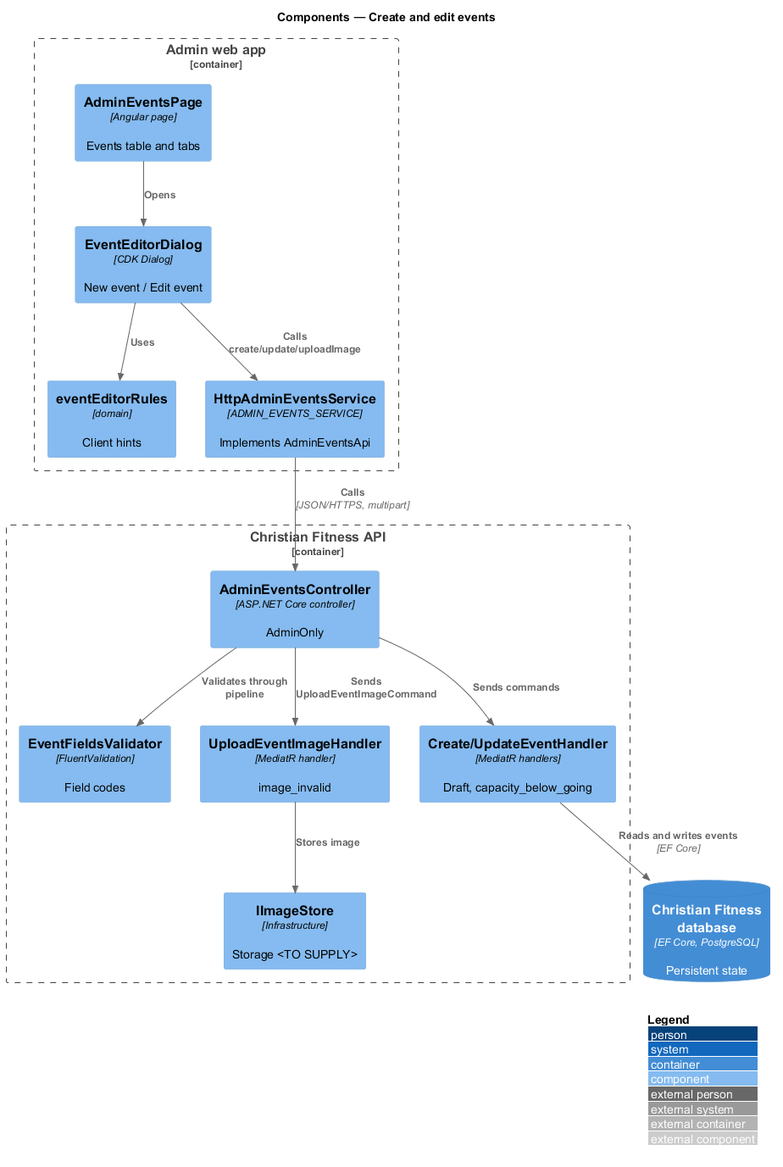
The PlantUML diagram docs/detailed-designs/admin-events/create-and-edit-events/diagrams/c4-component.png in QuinntyneBrown/christian-fitness, before a commit.
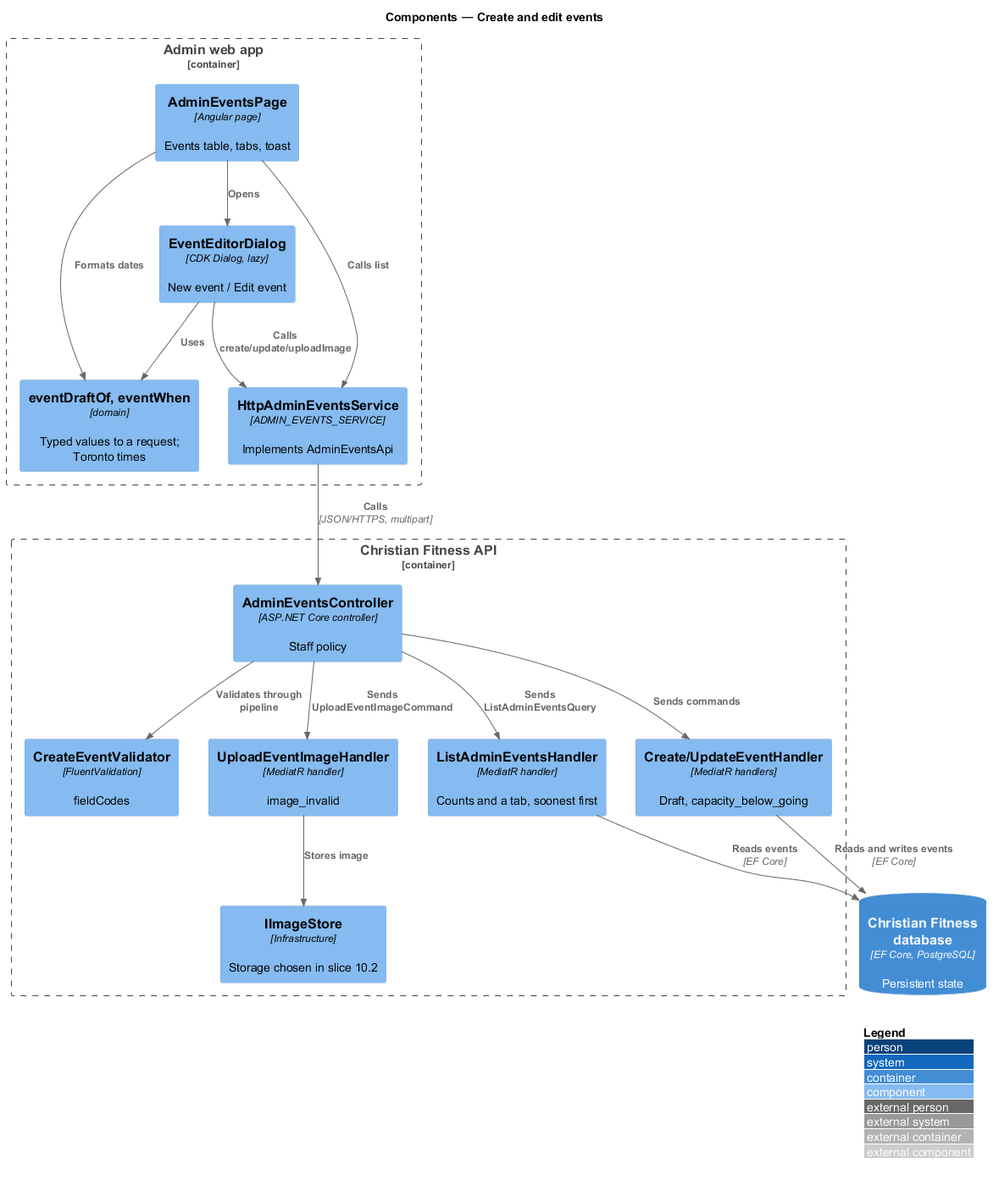
Above is the later version.

Diff of the diagram source:
```diff
@@ -4,26 +4,31 @@
 title Components — Create and edit events
 
 Container_Boundary(admin, "Admin web app") {
-  Component(page, "AdminEventsPage", "Angular page", "Events table and tabs")
-  Component(dlg, "EventEditorDialog", "CDK Dialog", "New event / Edit event")
-  Component(rules, "eventEditorRules", "domain", "Client hints")
+  Component(page, "AdminEventsPage", "Angular page", "Events table, tabs, toast")
+  Component(dlg, "EventEditorDialog", "CDK Dialog, lazy", "New event / Edit event")
+  Component(rules, "eventDraftOf, eventWhen", "domain", "Typed values to a request; Toronto times")
   Component(svc, "HttpAdminEventsService", "ADMIN_EVENTS_SERVICE", "Implements AdminEventsApi")
 }
 Container_Boundary(api, "Christian Fitness API") {
-  Component(ctrl, "AdminEventsController", "ASP.NET Core controller", "AdminOnly")
-  Component(val, "EventFieldsValidator", "FluentValidation", "Field codes")
+  Component(ctrl, "AdminEventsController", "ASP.NET Core controller", "Staff policy")
+  Component(val, "CreateEventValidator", "FluentValidation", "fieldCodes")
+  Component(list, "ListAdminEventsHandler", "MediatR handler", "Counts and a tab, soonest first")
   Component(handler, "Create/UpdateEventHandler", "MediatR handlers", "Draft, capacity_below_going")
   Component(img, "UploadEventImageHandler", "MediatR handler", "image_invalid")
-  Component(store, "IImageStore", "Infrastructure", "Storage <TO SUPPLY>")
+  Component(store, "IImageStore", "Infrastructure", "Storage chosen in slice 10.2")
 }
 ContainerDb(db, "Christian Fitness database", "EF Core, PostgreSQL", "Persistent state")
 
 Rel(page, dlg, "Opens")
+Rel(page, rules, "Formats dates")
+Rel(page, svc, "Calls list")
 Rel(dlg, rules, "Uses")
 Rel(dlg, svc, "Calls create/update/uploadImage")
 Rel(svc, ctrl, "Calls", "JSON/HTTPS, multipart")
 Rel(ctrl, val, "Validates through pipeline")
 Rel(ctrl, handler, "Sends commands")
+Rel(ctrl, list, "Sends ListAdminEventsQuery")
+Rel(list, db, "Reads events", "EF Core")
 Rel(ctrl, img, "Sends UploadEventImageCommand")
 Rel(img, store, "Stores image")
 Rel(handler, db, "Reads and writes events", "EF Core")
```
